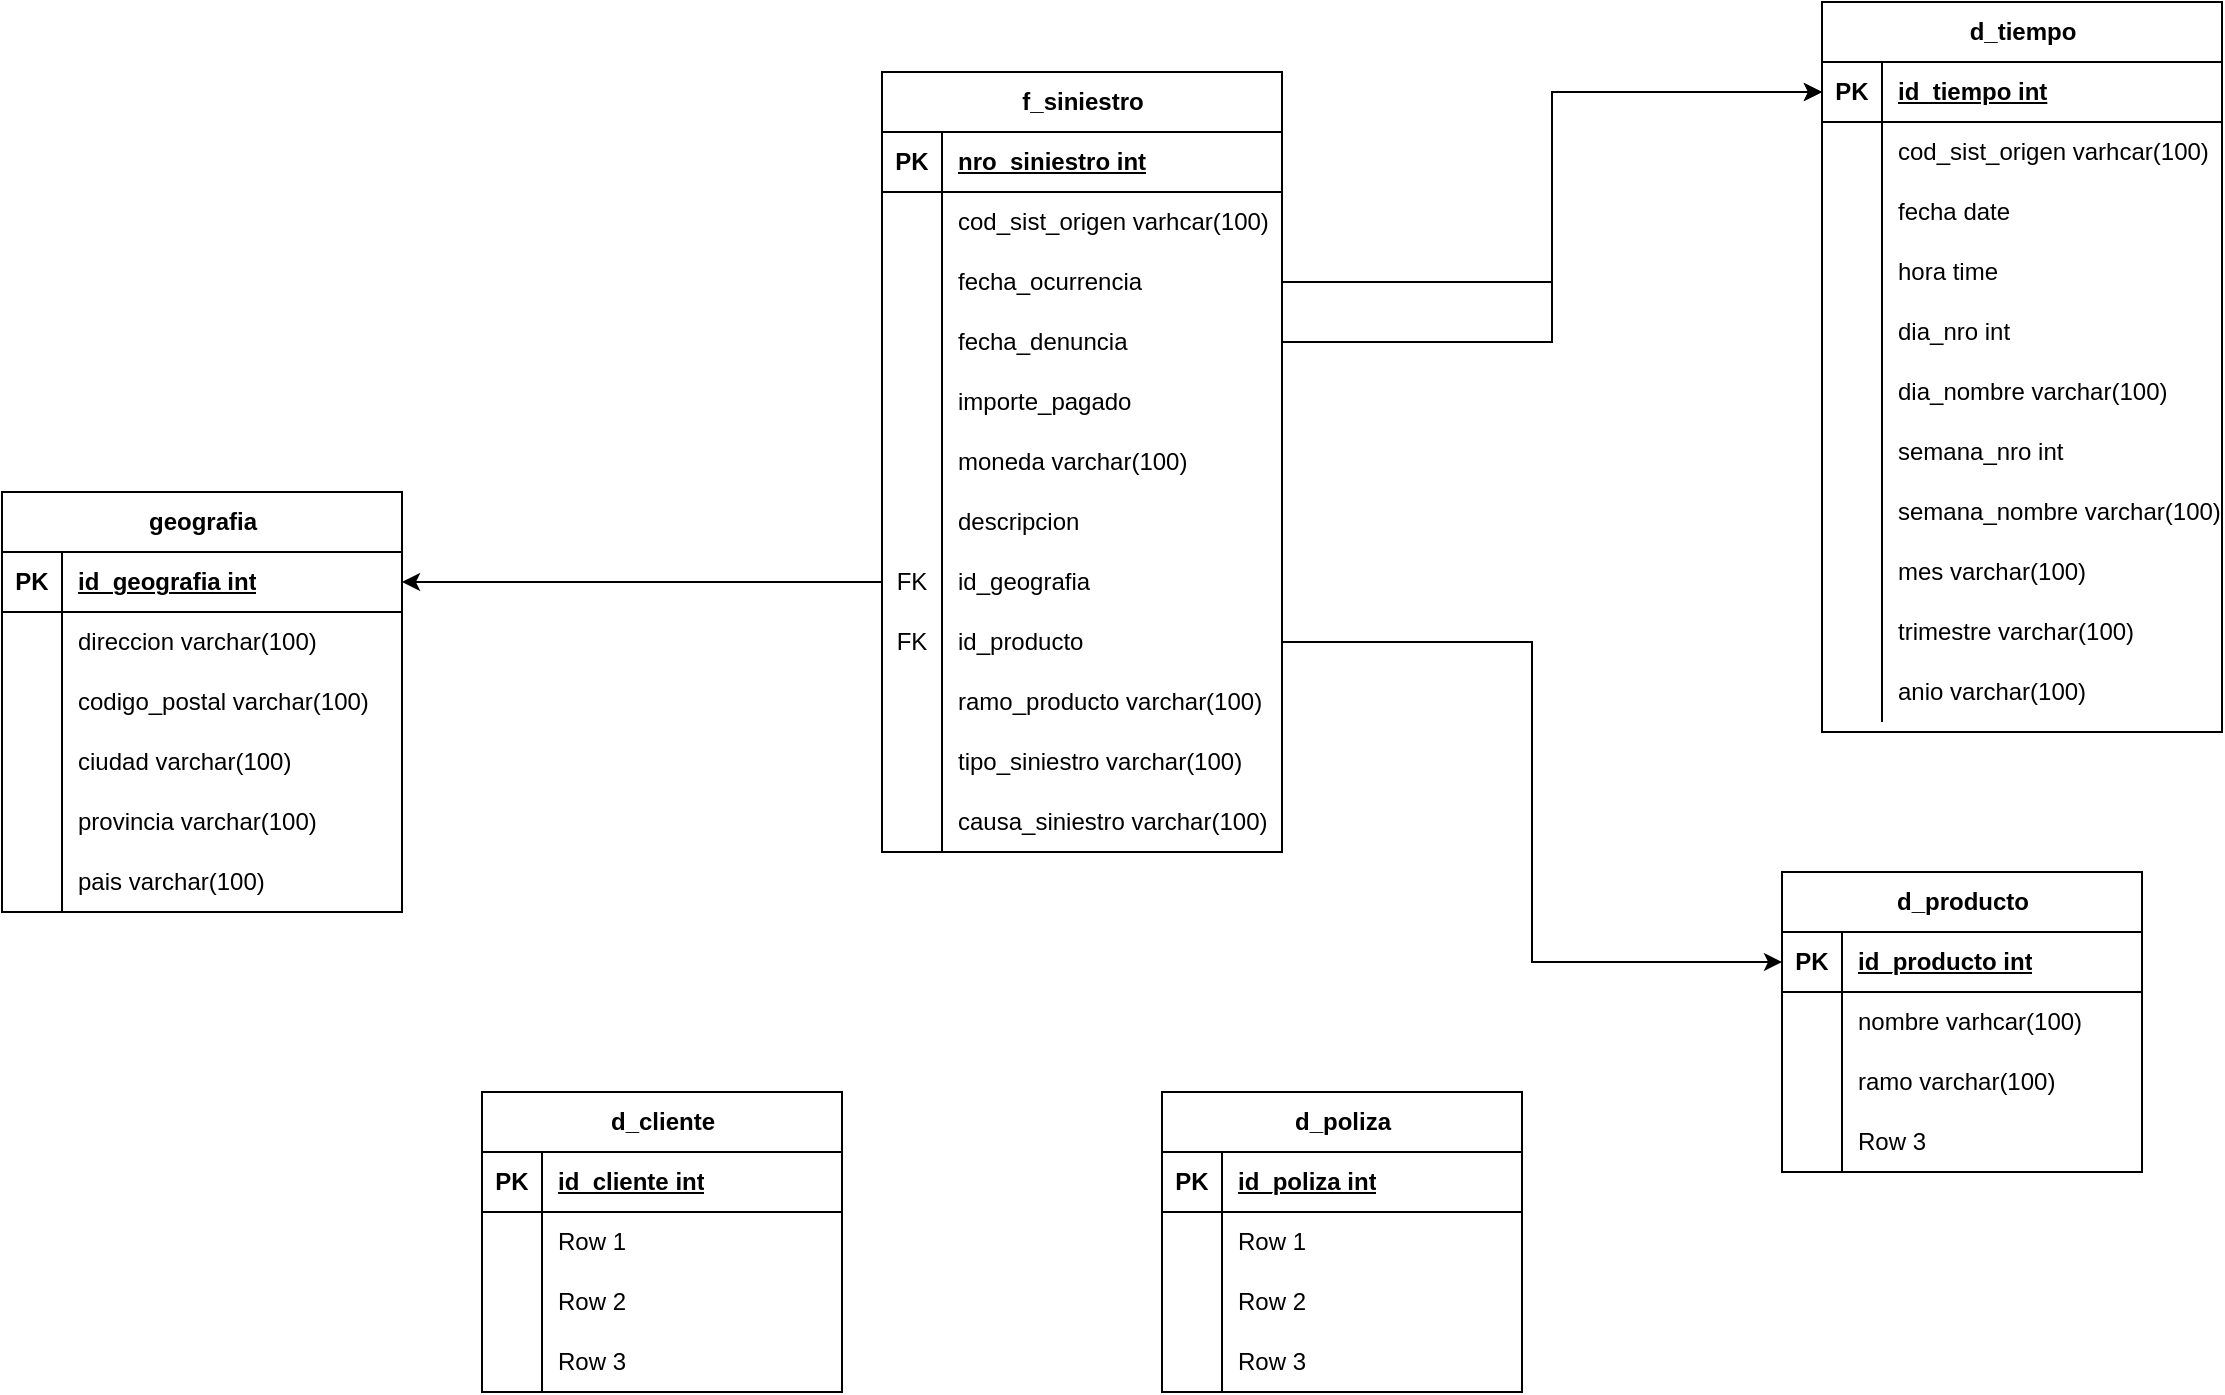
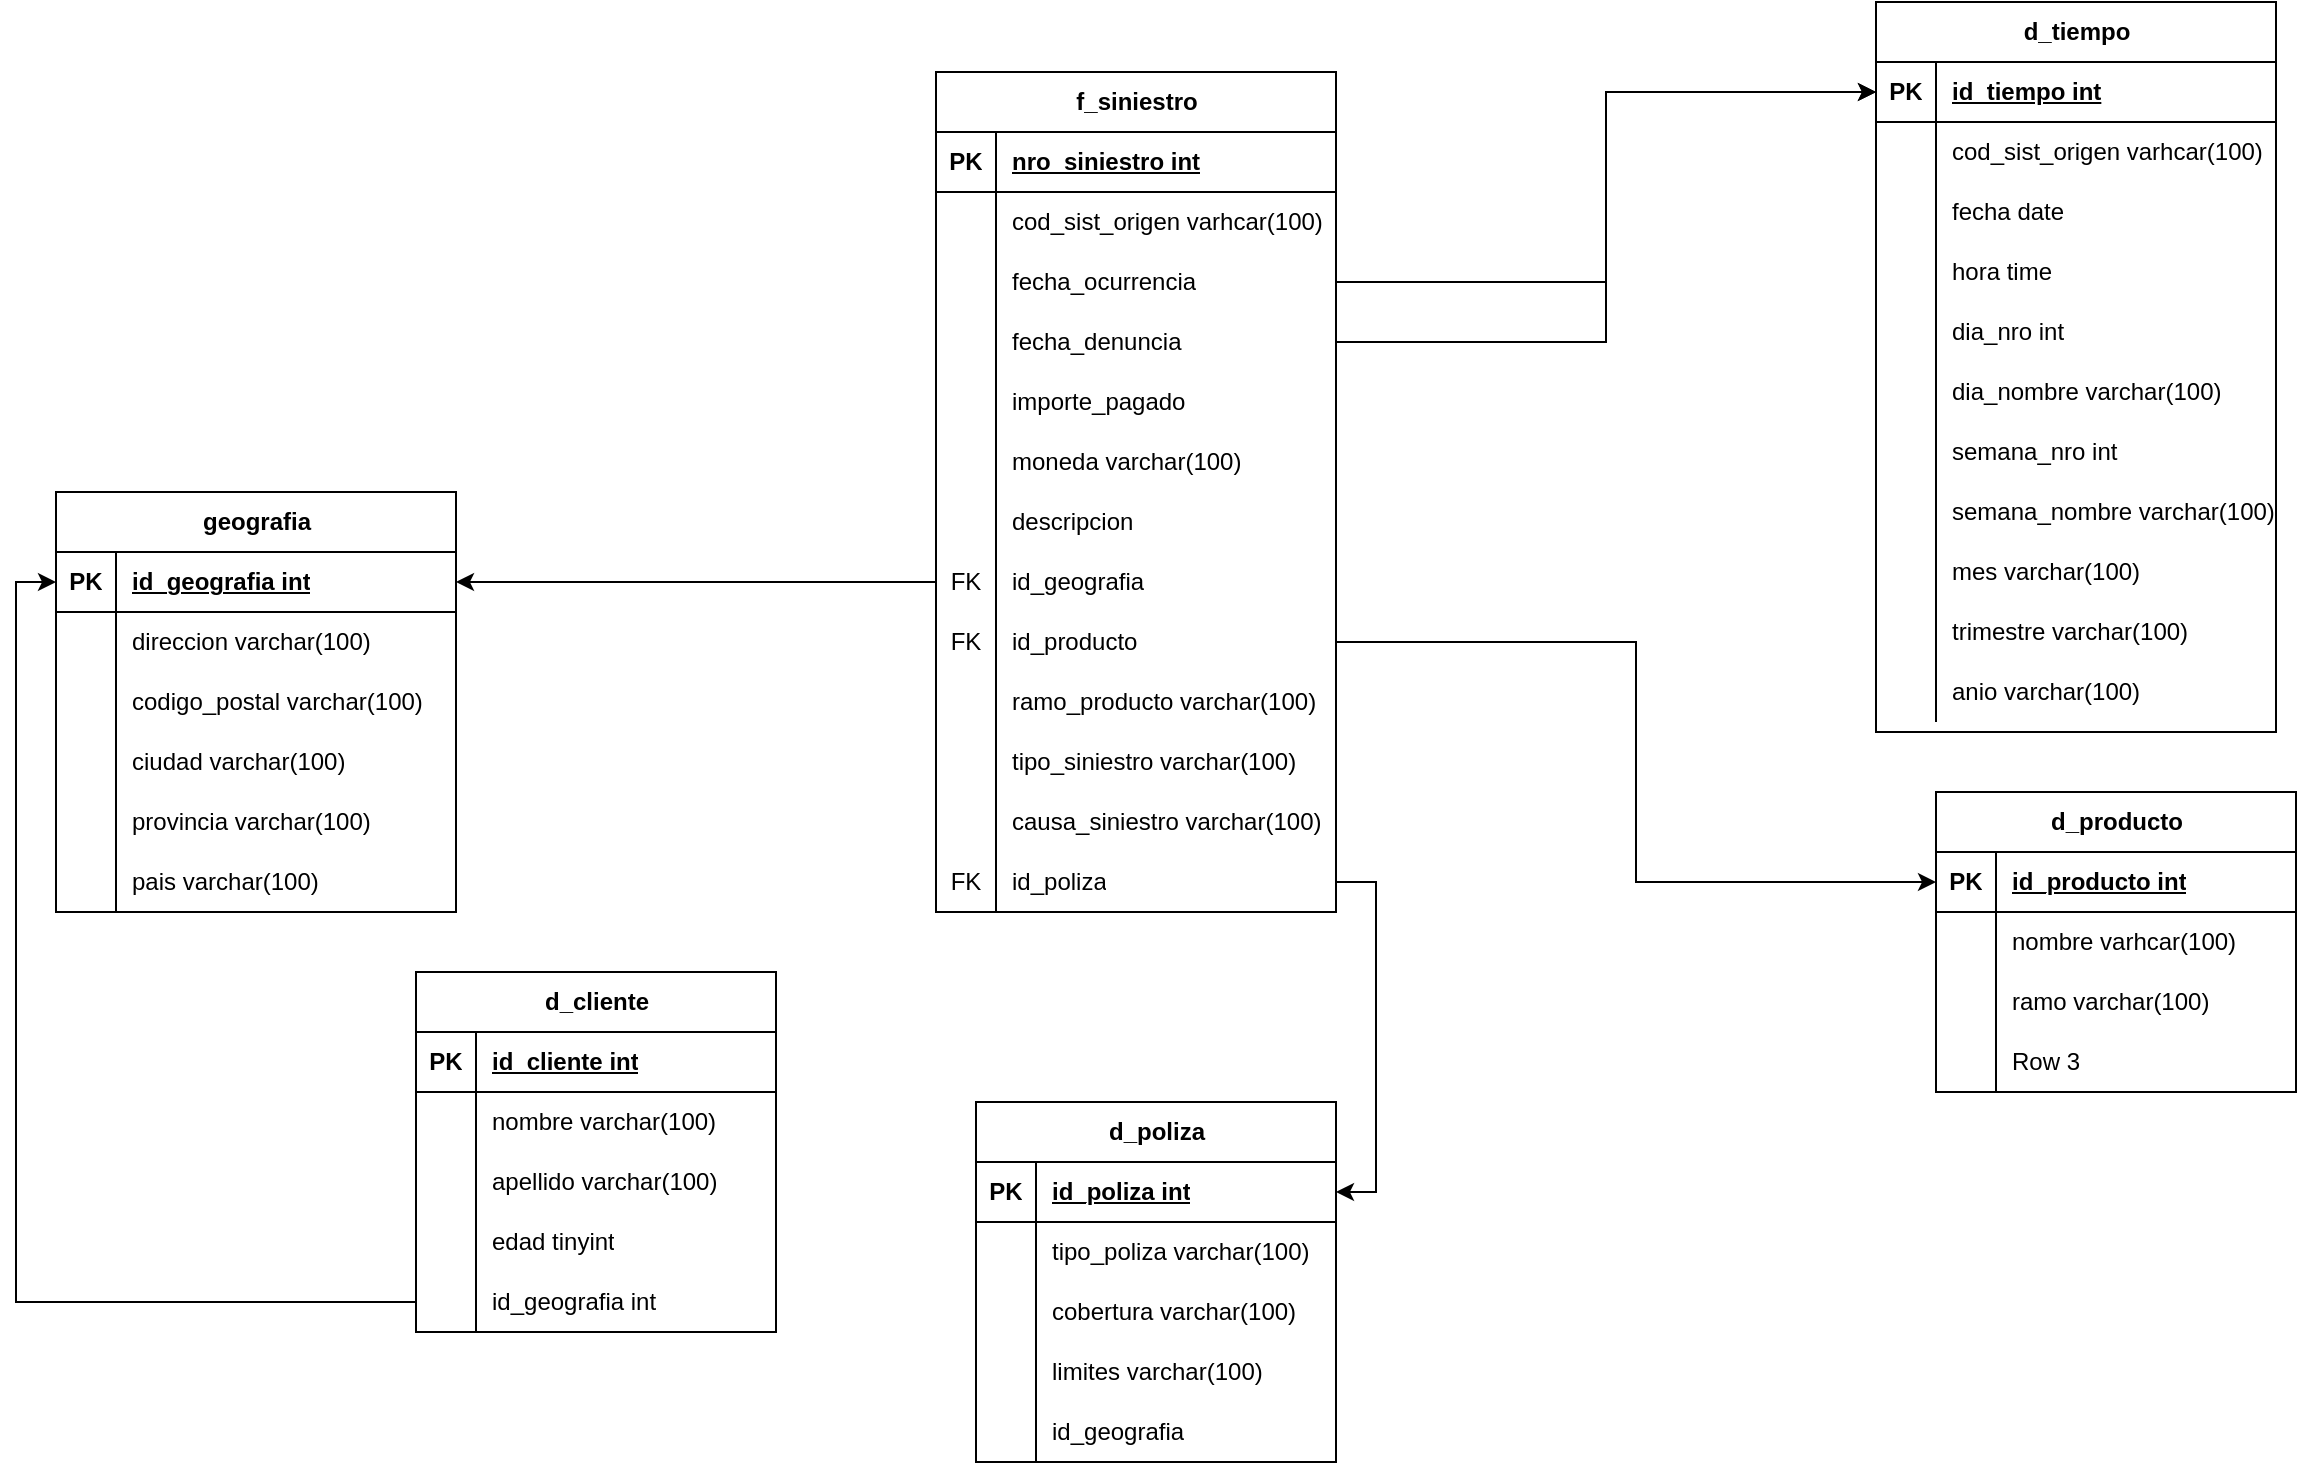
<mxfile host="app.diagrams.net">
  <diagram name="Página-1" id="RMHGfxwYO8wmrA4oJMnk">
    <mxGraphModel dx="2088" dy="1743" grid="1" gridSize="10" guides="1" tooltips="1" connect="1" arrows="1" fold="1" page="1" pageScale="1" pageWidth="827" pageHeight="1169" math="0" shadow="0">
      <root>
        <mxCell id="0" />
        <mxCell id="1" parent="0" />
        <mxCell id="yoq-58h0Y_-9HeJvy3x6-1" parent="1" style="shape=table;startSize=30;container=1;collapsible=1;childLayout=tableLayout;fixedRows=1;rowLines=0;fontStyle=1;align=center;resizeLast=1;html=1;" value="f_siniestro" vertex="1">
-           <mxGeometry height="390" width="200" x="240" y="-20" as="geometry" />
+           <mxGeometry height="420" width="200" x="240" y="-20" as="geometry" />
        </mxCell>
        <mxCell id="yoq-58h0Y_-9HeJvy3x6-2" parent="yoq-58h0Y_-9HeJvy3x6-1" style="shape=tableRow;horizontal=0;startSize=0;swimlaneHead=0;swimlaneBody=0;fillColor=none;collapsible=0;dropTarget=0;points=[[0,0.5],[1,0.5]];portConstraint=eastwest;top=0;left=0;right=0;bottom=1;" value="" vertex="1">
          <mxGeometry height="30" width="200" y="30" as="geometry" />
        </mxCell>
        <mxCell id="yoq-58h0Y_-9HeJvy3x6-3" parent="yoq-58h0Y_-9HeJvy3x6-2" style="shape=partialRectangle;connectable=0;fillColor=none;top=0;left=0;bottom=0;right=0;fontStyle=1;overflow=hidden;whiteSpace=wrap;html=1;" value="PK" vertex="1">
          <mxGeometry height="30" width="30" as="geometry">
            <mxRectangle height="30" width="30" as="alternateBounds" />
          </mxGeometry>
        </mxCell>
        <mxCell id="yoq-58h0Y_-9HeJvy3x6-4" parent="yoq-58h0Y_-9HeJvy3x6-2" style="shape=partialRectangle;connectable=0;fillColor=none;top=0;left=0;bottom=0;right=0;align=left;spacingLeft=6;fontStyle=5;overflow=hidden;whiteSpace=wrap;html=1;" value="nro_siniestro int" vertex="1">
          <mxGeometry height="30" width="170" x="30" as="geometry">
            <mxRectangle height="30" width="170" as="alternateBounds" />
          </mxGeometry>
        </mxCell>
        <mxCell id="yoq-58h0Y_-9HeJvy3x6-5" parent="yoq-58h0Y_-9HeJvy3x6-1" style="shape=tableRow;horizontal=0;startSize=0;swimlaneHead=0;swimlaneBody=0;fillColor=none;collapsible=0;dropTarget=0;points=[[0,0.5],[1,0.5]];portConstraint=eastwest;top=0;left=0;right=0;bottom=0;" value="" vertex="1">
          <mxGeometry height="30" width="200" y="60" as="geometry" />
        </mxCell>
        <mxCell id="yoq-58h0Y_-9HeJvy3x6-6" parent="yoq-58h0Y_-9HeJvy3x6-5" style="shape=partialRectangle;connectable=0;fillColor=none;top=0;left=0;bottom=0;right=0;editable=1;overflow=hidden;whiteSpace=wrap;html=1;" value="" vertex="1">
          <mxGeometry height="30" width="30" as="geometry">
            <mxRectangle height="30" width="30" as="alternateBounds" />
          </mxGeometry>
        </mxCell>
        <mxCell id="yoq-58h0Y_-9HeJvy3x6-7" parent="yoq-58h0Y_-9HeJvy3x6-5" style="shape=partialRectangle;connectable=0;fillColor=none;top=0;left=0;bottom=0;right=0;align=left;spacingLeft=6;overflow=hidden;whiteSpace=wrap;html=1;" value="cod_sist_origen varhcar(100)" vertex="1">
          <mxGeometry height="30" width="170" x="30" as="geometry">
            <mxRectangle height="30" width="170" as="alternateBounds" />
          </mxGeometry>
        </mxCell>
        <mxCell id="yoq-58h0Y_-9HeJvy3x6-79" parent="yoq-58h0Y_-9HeJvy3x6-1" style="shape=tableRow;horizontal=0;startSize=0;swimlaneHead=0;swimlaneBody=0;fillColor=none;collapsible=0;dropTarget=0;points=[[0,0.5],[1,0.5]];portConstraint=eastwest;top=0;left=0;right=0;bottom=0;" value="" vertex="1">
          <mxGeometry height="30" width="200" y="90" as="geometry" />
        </mxCell>
        <mxCell id="yoq-58h0Y_-9HeJvy3x6-80" parent="yoq-58h0Y_-9HeJvy3x6-79" style="shape=partialRectangle;connectable=0;fillColor=none;top=0;left=0;bottom=0;right=0;editable=1;overflow=hidden;whiteSpace=wrap;html=1;" value="" vertex="1">
          <mxGeometry height="30" width="30" as="geometry">
            <mxRectangle height="30" width="30" as="alternateBounds" />
          </mxGeometry>
        </mxCell>
        <mxCell id="yoq-58h0Y_-9HeJvy3x6-81" parent="yoq-58h0Y_-9HeJvy3x6-79" style="shape=partialRectangle;connectable=0;fillColor=none;top=0;left=0;bottom=0;right=0;align=left;spacingLeft=6;overflow=hidden;whiteSpace=wrap;html=1;" value="fecha_ocurrencia" vertex="1">
          <mxGeometry height="30" width="170" x="30" as="geometry">
            <mxRectangle height="30" width="170" as="alternateBounds" />
          </mxGeometry>
        </mxCell>
        <mxCell id="yoq-58h0Y_-9HeJvy3x6-82" parent="yoq-58h0Y_-9HeJvy3x6-1" style="shape=tableRow;horizontal=0;startSize=0;swimlaneHead=0;swimlaneBody=0;fillColor=none;collapsible=0;dropTarget=0;points=[[0,0.5],[1,0.5]];portConstraint=eastwest;top=0;left=0;right=0;bottom=0;" value="" vertex="1">
          <mxGeometry height="30" width="200" y="120" as="geometry" />
        </mxCell>
        <mxCell id="yoq-58h0Y_-9HeJvy3x6-83" parent="yoq-58h0Y_-9HeJvy3x6-82" style="shape=partialRectangle;connectable=0;fillColor=none;top=0;left=0;bottom=0;right=0;editable=1;overflow=hidden;whiteSpace=wrap;html=1;" value="" vertex="1">
          <mxGeometry height="30" width="30" as="geometry">
            <mxRectangle height="30" width="30" as="alternateBounds" />
          </mxGeometry>
        </mxCell>
        <mxCell id="yoq-58h0Y_-9HeJvy3x6-84" parent="yoq-58h0Y_-9HeJvy3x6-82" style="shape=partialRectangle;connectable=0;fillColor=none;top=0;left=0;bottom=0;right=0;align=left;spacingLeft=6;overflow=hidden;whiteSpace=wrap;html=1;" value="fecha_denuncia" vertex="1">
          <mxGeometry height="30" width="170" x="30" as="geometry">
            <mxRectangle height="30" width="170" as="alternateBounds" />
          </mxGeometry>
        </mxCell>
        <mxCell id="yoq-58h0Y_-9HeJvy3x6-8" parent="yoq-58h0Y_-9HeJvy3x6-1" style="shape=tableRow;horizontal=0;startSize=0;swimlaneHead=0;swimlaneBody=0;fillColor=none;collapsible=0;dropTarget=0;points=[[0,0.5],[1,0.5]];portConstraint=eastwest;top=0;left=0;right=0;bottom=0;" value="" vertex="1">
          <mxGeometry height="30" width="200" y="150" as="geometry" />
        </mxCell>
        <mxCell id="yoq-58h0Y_-9HeJvy3x6-9" parent="yoq-58h0Y_-9HeJvy3x6-8" style="shape=partialRectangle;connectable=0;fillColor=none;top=0;left=0;bottom=0;right=0;editable=1;overflow=hidden;whiteSpace=wrap;html=1;" value="" vertex="1">
          <mxGeometry height="30" width="30" as="geometry">
            <mxRectangle height="30" width="30" as="alternateBounds" />
          </mxGeometry>
        </mxCell>
        <mxCell id="yoq-58h0Y_-9HeJvy3x6-10" parent="yoq-58h0Y_-9HeJvy3x6-8" style="shape=partialRectangle;connectable=0;fillColor=none;top=0;left=0;bottom=0;right=0;align=left;spacingLeft=6;overflow=hidden;whiteSpace=wrap;html=1;" value="importe_pagado" vertex="1">
          <mxGeometry height="30" width="170" x="30" as="geometry">
            <mxRectangle height="30" width="170" as="alternateBounds" />
          </mxGeometry>
        </mxCell>
        <mxCell id="yoq-58h0Y_-9HeJvy3x6-105" parent="yoq-58h0Y_-9HeJvy3x6-1" style="shape=tableRow;horizontal=0;startSize=0;swimlaneHead=0;swimlaneBody=0;fillColor=none;collapsible=0;dropTarget=0;points=[[0,0.5],[1,0.5]];portConstraint=eastwest;top=0;left=0;right=0;bottom=0;" value="" vertex="1">
          <mxGeometry height="30" width="200" y="180" as="geometry" />
        </mxCell>
        <mxCell id="yoq-58h0Y_-9HeJvy3x6-106" parent="yoq-58h0Y_-9HeJvy3x6-105" style="shape=partialRectangle;connectable=0;fillColor=none;top=0;left=0;bottom=0;right=0;editable=1;overflow=hidden;whiteSpace=wrap;html=1;" value="&lt;span style=&quot;white-space: pre;&quot;&gt;&#x9;&lt;/span&gt;&lt;span style=&quot;white-space: pre;&quot;&gt;&#x9;&lt;/span&gt;" vertex="1">
          <mxGeometry height="30" width="30" as="geometry">
            <mxRectangle height="30" width="30" as="alternateBounds" />
          </mxGeometry>
        </mxCell>
        <mxCell id="yoq-58h0Y_-9HeJvy3x6-107" parent="yoq-58h0Y_-9HeJvy3x6-105" style="shape=partialRectangle;connectable=0;fillColor=none;top=0;left=0;bottom=0;right=0;align=left;spacingLeft=6;overflow=hidden;whiteSpace=wrap;html=1;" value="moneda varchar(100)" vertex="1">
          <mxGeometry height="30" width="170" x="30" as="geometry">
            <mxRectangle height="30" width="170" as="alternateBounds" />
          </mxGeometry>
        </mxCell>
        <mxCell id="yoq-58h0Y_-9HeJvy3x6-11" parent="yoq-58h0Y_-9HeJvy3x6-1" style="shape=tableRow;horizontal=0;startSize=0;swimlaneHead=0;swimlaneBody=0;fillColor=none;collapsible=0;dropTarget=0;points=[[0,0.5],[1,0.5]];portConstraint=eastwest;top=0;left=0;right=0;bottom=0;" value="" vertex="1">
          <mxGeometry height="30" width="200" y="210" as="geometry" />
        </mxCell>
        <mxCell id="yoq-58h0Y_-9HeJvy3x6-12" parent="yoq-58h0Y_-9HeJvy3x6-11" style="shape=partialRectangle;connectable=0;fillColor=none;top=0;left=0;bottom=0;right=0;editable=1;overflow=hidden;whiteSpace=wrap;html=1;" value="" vertex="1">
          <mxGeometry height="30" width="30" as="geometry">
            <mxRectangle height="30" width="30" as="alternateBounds" />
          </mxGeometry>
        </mxCell>
        <mxCell id="yoq-58h0Y_-9HeJvy3x6-13" parent="yoq-58h0Y_-9HeJvy3x6-11" style="shape=partialRectangle;connectable=0;fillColor=none;top=0;left=0;bottom=0;right=0;align=left;spacingLeft=6;overflow=hidden;whiteSpace=wrap;html=1;" value="descripcion" vertex="1">
          <mxGeometry height="30" width="170" x="30" as="geometry">
            <mxRectangle height="30" width="170" as="alternateBounds" />
          </mxGeometry>
        </mxCell>
        <mxCell id="yoq-58h0Y_-9HeJvy3x6-111" parent="yoq-58h0Y_-9HeJvy3x6-1" style="shape=tableRow;horizontal=0;startSize=0;swimlaneHead=0;swimlaneBody=0;fillColor=none;collapsible=0;dropTarget=0;points=[[0,0.5],[1,0.5]];portConstraint=eastwest;top=0;left=0;right=0;bottom=0;" value="" vertex="1">
          <mxGeometry height="30" width="200" y="240" as="geometry" />
        </mxCell>
        <mxCell id="yoq-58h0Y_-9HeJvy3x6-112" parent="yoq-58h0Y_-9HeJvy3x6-111" style="shape=partialRectangle;connectable=0;fillColor=none;top=0;left=0;bottom=0;right=0;editable=1;overflow=hidden;whiteSpace=wrap;html=1;" value="FK" vertex="1">
          <mxGeometry height="30" width="30" as="geometry">
            <mxRectangle height="30" width="30" as="alternateBounds" />
          </mxGeometry>
        </mxCell>
        <mxCell id="yoq-58h0Y_-9HeJvy3x6-113" parent="yoq-58h0Y_-9HeJvy3x6-111" style="shape=partialRectangle;connectable=0;fillColor=none;top=0;left=0;bottom=0;right=0;align=left;spacingLeft=6;overflow=hidden;whiteSpace=wrap;html=1;" value="id_geografia" vertex="1">
          <mxGeometry height="30" width="170" x="30" as="geometry">
            <mxRectangle height="30" width="170" as="alternateBounds" />
          </mxGeometry>
        </mxCell>
        <mxCell id="yoq-58h0Y_-9HeJvy3x6-115" parent="yoq-58h0Y_-9HeJvy3x6-1" style="shape=tableRow;horizontal=0;startSize=0;swimlaneHead=0;swimlaneBody=0;fillColor=none;collapsible=0;dropTarget=0;points=[[0,0.5],[1,0.5]];portConstraint=eastwest;top=0;left=0;right=0;bottom=0;" value="" vertex="1">
          <mxGeometry height="30" width="200" y="270" as="geometry" />
        </mxCell>
        <mxCell id="yoq-58h0Y_-9HeJvy3x6-116" parent="yoq-58h0Y_-9HeJvy3x6-115" style="shape=partialRectangle;connectable=0;fillColor=none;top=0;left=0;bottom=0;right=0;editable=1;overflow=hidden;whiteSpace=wrap;html=1;" value="FK" vertex="1">
          <mxGeometry height="30" width="30" as="geometry">
            <mxRectangle height="30" width="30" as="alternateBounds" />
          </mxGeometry>
        </mxCell>
        <mxCell id="yoq-58h0Y_-9HeJvy3x6-117" parent="yoq-58h0Y_-9HeJvy3x6-115" style="shape=partialRectangle;connectable=0;fillColor=none;top=0;left=0;bottom=0;right=0;align=left;spacingLeft=6;overflow=hidden;whiteSpace=wrap;html=1;" value="id_producto" vertex="1">
          <mxGeometry height="30" width="170" x="30" as="geometry">
            <mxRectangle height="30" width="170" as="alternateBounds" />
          </mxGeometry>
        </mxCell>
        <mxCell id="yoq-58h0Y_-9HeJvy3x6-119" parent="yoq-58h0Y_-9HeJvy3x6-1" style="shape=tableRow;horizontal=0;startSize=0;swimlaneHead=0;swimlaneBody=0;fillColor=none;collapsible=0;dropTarget=0;points=[[0,0.5],[1,0.5]];portConstraint=eastwest;top=0;left=0;right=0;bottom=0;" value="" vertex="1">
          <mxGeometry height="30" width="200" y="300" as="geometry" />
        </mxCell>
        <mxCell id="yoq-58h0Y_-9HeJvy3x6-120" parent="yoq-58h0Y_-9HeJvy3x6-119" style="shape=partialRectangle;connectable=0;fillColor=none;top=0;left=0;bottom=0;right=0;editable=1;overflow=hidden;whiteSpace=wrap;html=1;" value="" vertex="1">
          <mxGeometry height="30" width="30" as="geometry">
            <mxRectangle height="30" width="30" as="alternateBounds" />
          </mxGeometry>
        </mxCell>
        <mxCell id="yoq-58h0Y_-9HeJvy3x6-121" parent="yoq-58h0Y_-9HeJvy3x6-119" style="shape=partialRectangle;connectable=0;fillColor=none;top=0;left=0;bottom=0;right=0;align=left;spacingLeft=6;overflow=hidden;whiteSpace=wrap;html=1;" value="ramo_producto varchar(100)" vertex="1">
          <mxGeometry height="30" width="170" x="30" as="geometry">
            <mxRectangle height="30" width="170" as="alternateBounds" />
          </mxGeometry>
        </mxCell>
        <mxCell id="yoq-58h0Y_-9HeJvy3x6-125" parent="yoq-58h0Y_-9HeJvy3x6-1" style="shape=tableRow;horizontal=0;startSize=0;swimlaneHead=0;swimlaneBody=0;fillColor=none;collapsible=0;dropTarget=0;points=[[0,0.5],[1,0.5]];portConstraint=eastwest;top=0;left=0;right=0;bottom=0;" value="" vertex="1">
          <mxGeometry height="30" width="200" y="330" as="geometry" />
        </mxCell>
        <mxCell id="yoq-58h0Y_-9HeJvy3x6-126" parent="yoq-58h0Y_-9HeJvy3x6-125" style="shape=partialRectangle;connectable=0;fillColor=none;top=0;left=0;bottom=0;right=0;editable=1;overflow=hidden;whiteSpace=wrap;html=1;" value="" vertex="1">
          <mxGeometry height="30" width="30" as="geometry">
            <mxRectangle height="30" width="30" as="alternateBounds" />
          </mxGeometry>
        </mxCell>
        <mxCell id="yoq-58h0Y_-9HeJvy3x6-127" parent="yoq-58h0Y_-9HeJvy3x6-125" style="shape=partialRectangle;connectable=0;fillColor=none;top=0;left=0;bottom=0;right=0;align=left;spacingLeft=6;overflow=hidden;whiteSpace=wrap;html=1;" value="tipo_&lt;span style=&quot;background-color: transparent; color: light-dark(rgb(0, 0, 0), rgb(255, 255, 255));&quot;&gt;siniestro varchar(100)&lt;/span&gt;" vertex="1">
          <mxGeometry height="30" width="170" x="30" as="geometry">
            <mxRectangle height="30" width="170" as="alternateBounds" />
          </mxGeometry>
        </mxCell>
        <mxCell id="yoq-58h0Y_-9HeJvy3x6-128" parent="yoq-58h0Y_-9HeJvy3x6-1" style="shape=tableRow;horizontal=0;startSize=0;swimlaneHead=0;swimlaneBody=0;fillColor=none;collapsible=0;dropTarget=0;points=[[0,0.5],[1,0.5]];portConstraint=eastwest;top=0;left=0;right=0;bottom=0;" value="" vertex="1">
          <mxGeometry height="30" width="200" y="360" as="geometry" />
        </mxCell>
        <mxCell id="yoq-58h0Y_-9HeJvy3x6-129" parent="yoq-58h0Y_-9HeJvy3x6-128" style="shape=partialRectangle;connectable=0;fillColor=none;top=0;left=0;bottom=0;right=0;editable=1;overflow=hidden;whiteSpace=wrap;html=1;" value="" vertex="1">
          <mxGeometry height="30" width="30" as="geometry">
            <mxRectangle height="30" width="30" as="alternateBounds" />
          </mxGeometry>
        </mxCell>
        <mxCell id="yoq-58h0Y_-9HeJvy3x6-130" parent="yoq-58h0Y_-9HeJvy3x6-128" style="shape=partialRectangle;connectable=0;fillColor=none;top=0;left=0;bottom=0;right=0;align=left;spacingLeft=6;overflow=hidden;whiteSpace=wrap;html=1;" value="causa_siniestro varchar(100)" vertex="1">
          <mxGeometry height="30" width="170" x="30" as="geometry">
            <mxRectangle height="30" width="170" as="alternateBounds" />
          </mxGeometry>
        </mxCell>
+         <mxCell id="yoq-58h0Y_-9HeJvy3x6-141" parent="yoq-58h0Y_-9HeJvy3x6-1" style="shape=tableRow;horizontal=0;startSize=0;swimlaneHead=0;swimlaneBody=0;fillColor=none;collapsible=0;dropTarget=0;points=[[0,0.5],[1,0.5]];portConstraint=eastwest;top=0;left=0;right=0;bottom=0;" value="" vertex="1">
+           <mxGeometry height="30" width="200" y="390" as="geometry" />
+         </mxCell>
+         <mxCell id="yoq-58h0Y_-9HeJvy3x6-142" parent="yoq-58h0Y_-9HeJvy3x6-141" style="shape=partialRectangle;connectable=0;fillColor=none;top=0;left=0;bottom=0;right=0;editable=1;overflow=hidden;whiteSpace=wrap;html=1;" value="FK" vertex="1">
+           <mxGeometry height="30" width="30" as="geometry">
+             <mxRectangle height="30" width="30" as="alternateBounds" />
+           </mxGeometry>
+         </mxCell>
+         <mxCell id="yoq-58h0Y_-9HeJvy3x6-143" parent="yoq-58h0Y_-9HeJvy3x6-141" style="shape=partialRectangle;connectable=0;fillColor=none;top=0;left=0;bottom=0;right=0;align=left;spacingLeft=6;overflow=hidden;whiteSpace=wrap;html=1;" value="id_poliza" vertex="1">
+           <mxGeometry height="30" width="170" x="30" as="geometry">
+             <mxRectangle height="30" width="170" as="alternateBounds" />
+           </mxGeometry>
+         </mxCell>
        <mxCell id="yoq-58h0Y_-9HeJvy3x6-14" parent="1" style="shape=table;startSize=30;container=1;collapsible=1;childLayout=tableLayout;fixedRows=1;rowLines=0;fontStyle=1;align=center;resizeLast=1;html=1;" value="d_tiempo" vertex="1">
          <mxGeometry height="365" width="200" x="710" y="-55" as="geometry" />
        </mxCell>
        <mxCell id="yoq-58h0Y_-9HeJvy3x6-15" parent="yoq-58h0Y_-9HeJvy3x6-14" style="shape=tableRow;horizontal=0;startSize=0;swimlaneHead=0;swimlaneBody=0;fillColor=none;collapsible=0;dropTarget=0;points=[[0,0.5],[1,0.5]];portConstraint=eastwest;top=0;left=0;right=0;bottom=1;" value="" vertex="1">
          <mxGeometry height="30" width="200" y="30" as="geometry" />
        </mxCell>
        <mxCell id="yoq-58h0Y_-9HeJvy3x6-16" parent="yoq-58h0Y_-9HeJvy3x6-15" style="shape=partialRectangle;connectable=0;fillColor=none;top=0;left=0;bottom=0;right=0;fontStyle=1;overflow=hidden;whiteSpace=wrap;html=1;" value="PK" vertex="1">
          <mxGeometry height="30" width="30" as="geometry">
            <mxRectangle height="30" width="30" as="alternateBounds" />
          </mxGeometry>
        </mxCell>
        <mxCell id="yoq-58h0Y_-9HeJvy3x6-17" parent="yoq-58h0Y_-9HeJvy3x6-15" style="shape=partialRectangle;connectable=0;fillColor=none;top=0;left=0;bottom=0;right=0;align=left;spacingLeft=6;fontStyle=5;overflow=hidden;whiteSpace=wrap;html=1;" value="id_tiempo int" vertex="1">
          <mxGeometry height="30" width="170" x="30" as="geometry">
            <mxRectangle height="30" width="170" as="alternateBounds" />
          </mxGeometry>
        </mxCell>
        <mxCell id="yoq-58h0Y_-9HeJvy3x6-18" parent="yoq-58h0Y_-9HeJvy3x6-14" style="shape=tableRow;horizontal=0;startSize=0;swimlaneHead=0;swimlaneBody=0;fillColor=none;collapsible=0;dropTarget=0;points=[[0,0.5],[1,0.5]];portConstraint=eastwest;top=0;left=0;right=0;bottom=0;" value="" vertex="1">
          <mxGeometry height="30" width="200" y="60" as="geometry" />
        </mxCell>
        <mxCell id="yoq-58h0Y_-9HeJvy3x6-19" parent="yoq-58h0Y_-9HeJvy3x6-18" style="shape=partialRectangle;connectable=0;fillColor=none;top=0;left=0;bottom=0;right=0;editable=1;overflow=hidden;whiteSpace=wrap;html=1;" value="" vertex="1">
          <mxGeometry height="30" width="30" as="geometry">
            <mxRectangle height="30" width="30" as="alternateBounds" />
          </mxGeometry>
        </mxCell>
        <mxCell id="yoq-58h0Y_-9HeJvy3x6-20" parent="yoq-58h0Y_-9HeJvy3x6-18" style="shape=partialRectangle;connectable=0;fillColor=none;top=0;left=0;bottom=0;right=0;align=left;spacingLeft=6;overflow=hidden;whiteSpace=wrap;html=1;" value="cod_sist_origen varhcar(100)" vertex="1">
          <mxGeometry height="30" width="170" x="30" as="geometry">
            <mxRectangle height="30" width="170" as="alternateBounds" />
          </mxGeometry>
        </mxCell>
        <mxCell id="yoq-58h0Y_-9HeJvy3x6-21" parent="yoq-58h0Y_-9HeJvy3x6-14" style="shape=tableRow;horizontal=0;startSize=0;swimlaneHead=0;swimlaneBody=0;fillColor=none;collapsible=0;dropTarget=0;points=[[0,0.5],[1,0.5]];portConstraint=eastwest;top=0;left=0;right=0;bottom=0;" value="" vertex="1">
          <mxGeometry height="30" width="200" y="90" as="geometry" />
        </mxCell>
        <mxCell id="yoq-58h0Y_-9HeJvy3x6-22" parent="yoq-58h0Y_-9HeJvy3x6-21" style="shape=partialRectangle;connectable=0;fillColor=none;top=0;left=0;bottom=0;right=0;editable=1;overflow=hidden;whiteSpace=wrap;html=1;" value="" vertex="1">
          <mxGeometry height="30" width="30" as="geometry">
            <mxRectangle height="30" width="30" as="alternateBounds" />
          </mxGeometry>
        </mxCell>
        <mxCell id="yoq-58h0Y_-9HeJvy3x6-23" parent="yoq-58h0Y_-9HeJvy3x6-21" style="shape=partialRectangle;connectable=0;fillColor=none;top=0;left=0;bottom=0;right=0;align=left;spacingLeft=6;overflow=hidden;whiteSpace=wrap;html=1;" value="fecha date" vertex="1">
          <mxGeometry height="30" width="170" x="30" as="geometry">
            <mxRectangle height="30" width="170" as="alternateBounds" />
          </mxGeometry>
        </mxCell>
        <mxCell id="yoq-58h0Y_-9HeJvy3x6-24" parent="yoq-58h0Y_-9HeJvy3x6-14" style="shape=tableRow;horizontal=0;startSize=0;swimlaneHead=0;swimlaneBody=0;fillColor=none;collapsible=0;dropTarget=0;points=[[0,0.5],[1,0.5]];portConstraint=eastwest;top=0;left=0;right=0;bottom=0;" value="" vertex="1">
          <mxGeometry height="30" width="200" y="120" as="geometry" />
        </mxCell>
        <mxCell id="yoq-58h0Y_-9HeJvy3x6-25" parent="yoq-58h0Y_-9HeJvy3x6-24" style="shape=partialRectangle;connectable=0;fillColor=none;top=0;left=0;bottom=0;right=0;editable=1;overflow=hidden;whiteSpace=wrap;html=1;" value="" vertex="1">
          <mxGeometry height="30" width="30" as="geometry">
            <mxRectangle height="30" width="30" as="alternateBounds" />
          </mxGeometry>
        </mxCell>
        <mxCell id="yoq-58h0Y_-9HeJvy3x6-26" parent="yoq-58h0Y_-9HeJvy3x6-24" style="shape=partialRectangle;connectable=0;fillColor=none;top=0;left=0;bottom=0;right=0;align=left;spacingLeft=6;overflow=hidden;whiteSpace=wrap;html=1;" value="hora time" vertex="1">
          <mxGeometry height="30" width="170" x="30" as="geometry">
            <mxRectangle height="30" width="170" as="alternateBounds" />
          </mxGeometry>
        </mxCell>
        <mxCell id="yoq-58h0Y_-9HeJvy3x6-87" parent="yoq-58h0Y_-9HeJvy3x6-14" style="shape=tableRow;horizontal=0;startSize=0;swimlaneHead=0;swimlaneBody=0;fillColor=none;collapsible=0;dropTarget=0;points=[[0,0.5],[1,0.5]];portConstraint=eastwest;top=0;left=0;right=0;bottom=0;" value="" vertex="1">
          <mxGeometry height="30" width="200" y="150" as="geometry" />
        </mxCell>
        <mxCell id="yoq-58h0Y_-9HeJvy3x6-88" parent="yoq-58h0Y_-9HeJvy3x6-87" style="shape=partialRectangle;connectable=0;fillColor=none;top=0;left=0;bottom=0;right=0;editable=1;overflow=hidden;whiteSpace=wrap;html=1;" value="" vertex="1">
          <mxGeometry height="30" width="30" as="geometry">
            <mxRectangle height="30" width="30" as="alternateBounds" />
          </mxGeometry>
        </mxCell>
        <mxCell id="yoq-58h0Y_-9HeJvy3x6-89" parent="yoq-58h0Y_-9HeJvy3x6-87" style="shape=partialRectangle;connectable=0;fillColor=none;top=0;left=0;bottom=0;right=0;align=left;spacingLeft=6;overflow=hidden;whiteSpace=wrap;html=1;" value="dia_nro int" vertex="1">
          <mxGeometry height="30" width="170" x="30" as="geometry">
            <mxRectangle height="30" width="170" as="alternateBounds" />
          </mxGeometry>
        </mxCell>
        <mxCell id="yoq-58h0Y_-9HeJvy3x6-90" parent="yoq-58h0Y_-9HeJvy3x6-14" style="shape=tableRow;horizontal=0;startSize=0;swimlaneHead=0;swimlaneBody=0;fillColor=none;collapsible=0;dropTarget=0;points=[[0,0.5],[1,0.5]];portConstraint=eastwest;top=0;left=0;right=0;bottom=0;" value="" vertex="1">
          <mxGeometry height="30" width="200" y="180" as="geometry" />
        </mxCell>
        <mxCell id="yoq-58h0Y_-9HeJvy3x6-91" parent="yoq-58h0Y_-9HeJvy3x6-90" style="shape=partialRectangle;connectable=0;fillColor=none;top=0;left=0;bottom=0;right=0;editable=1;overflow=hidden;whiteSpace=wrap;html=1;" value="" vertex="1">
          <mxGeometry height="30" width="30" as="geometry">
            <mxRectangle height="30" width="30" as="alternateBounds" />
          </mxGeometry>
        </mxCell>
        <mxCell id="yoq-58h0Y_-9HeJvy3x6-92" parent="yoq-58h0Y_-9HeJvy3x6-90" style="shape=partialRectangle;connectable=0;fillColor=none;top=0;left=0;bottom=0;right=0;align=left;spacingLeft=6;overflow=hidden;whiteSpace=wrap;html=1;" value="dia_nombre varchar(100)" vertex="1">
          <mxGeometry height="30" width="170" x="30" as="geometry">
            <mxRectangle height="30" width="170" as="alternateBounds" />
          </mxGeometry>
        </mxCell>
        <mxCell id="yoq-58h0Y_-9HeJvy3x6-131" parent="yoq-58h0Y_-9HeJvy3x6-14" style="shape=tableRow;horizontal=0;startSize=0;swimlaneHead=0;swimlaneBody=0;fillColor=none;collapsible=0;dropTarget=0;points=[[0,0.5],[1,0.5]];portConstraint=eastwest;top=0;left=0;right=0;bottom=0;" value="" vertex="1">
          <mxGeometry height="30" width="200" y="210" as="geometry" />
        </mxCell>
        <mxCell id="yoq-58h0Y_-9HeJvy3x6-132" parent="yoq-58h0Y_-9HeJvy3x6-131" style="shape=partialRectangle;connectable=0;fillColor=none;top=0;left=0;bottom=0;right=0;editable=1;overflow=hidden;whiteSpace=wrap;html=1;" value="" vertex="1">
          <mxGeometry height="30" width="30" as="geometry">
            <mxRectangle height="30" width="30" as="alternateBounds" />
          </mxGeometry>
        </mxCell>
        <mxCell id="yoq-58h0Y_-9HeJvy3x6-133" parent="yoq-58h0Y_-9HeJvy3x6-131" style="shape=partialRectangle;connectable=0;fillColor=none;top=0;left=0;bottom=0;right=0;align=left;spacingLeft=6;overflow=hidden;whiteSpace=wrap;html=1;" value="semana_nro int" vertex="1">
          <mxGeometry height="30" width="170" x="30" as="geometry">
            <mxRectangle height="30" width="170" as="alternateBounds" />
          </mxGeometry>
        </mxCell>
        <mxCell id="yoq-58h0Y_-9HeJvy3x6-93" parent="yoq-58h0Y_-9HeJvy3x6-14" style="shape=tableRow;horizontal=0;startSize=0;swimlaneHead=0;swimlaneBody=0;fillColor=none;collapsible=0;dropTarget=0;points=[[0,0.5],[1,0.5]];portConstraint=eastwest;top=0;left=0;right=0;bottom=0;" value="" vertex="1">
          <mxGeometry height="30" width="200" y="240" as="geometry" />
        </mxCell>
        <mxCell id="yoq-58h0Y_-9HeJvy3x6-94" parent="yoq-58h0Y_-9HeJvy3x6-93" style="shape=partialRectangle;connectable=0;fillColor=none;top=0;left=0;bottom=0;right=0;editable=1;overflow=hidden;whiteSpace=wrap;html=1;" value="" vertex="1">
          <mxGeometry height="30" width="30" as="geometry">
            <mxRectangle height="30" width="30" as="alternateBounds" />
          </mxGeometry>
        </mxCell>
        <mxCell id="yoq-58h0Y_-9HeJvy3x6-95" parent="yoq-58h0Y_-9HeJvy3x6-93" style="shape=partialRectangle;connectable=0;fillColor=none;top=0;left=0;bottom=0;right=0;align=left;spacingLeft=6;overflow=hidden;whiteSpace=wrap;html=1;" value="semana_nombre varchar(100)" vertex="1">
          <mxGeometry height="30" width="170" x="30" as="geometry">
            <mxRectangle height="30" width="170" as="alternateBounds" />
          </mxGeometry>
        </mxCell>
        <mxCell id="yoq-58h0Y_-9HeJvy3x6-96" parent="yoq-58h0Y_-9HeJvy3x6-14" style="shape=tableRow;horizontal=0;startSize=0;swimlaneHead=0;swimlaneBody=0;fillColor=none;collapsible=0;dropTarget=0;points=[[0,0.5],[1,0.5]];portConstraint=eastwest;top=0;left=0;right=0;bottom=0;" value="" vertex="1">
          <mxGeometry height="30" width="200" y="270" as="geometry" />
        </mxCell>
        <mxCell id="yoq-58h0Y_-9HeJvy3x6-97" parent="yoq-58h0Y_-9HeJvy3x6-96" style="shape=partialRectangle;connectable=0;fillColor=none;top=0;left=0;bottom=0;right=0;editable=1;overflow=hidden;whiteSpace=wrap;html=1;" value="" vertex="1">
          <mxGeometry height="30" width="30" as="geometry">
            <mxRectangle height="30" width="30" as="alternateBounds" />
          </mxGeometry>
        </mxCell>
        <mxCell id="yoq-58h0Y_-9HeJvy3x6-98" parent="yoq-58h0Y_-9HeJvy3x6-96" style="shape=partialRectangle;connectable=0;fillColor=none;top=0;left=0;bottom=0;right=0;align=left;spacingLeft=6;overflow=hidden;whiteSpace=wrap;html=1;" value="mes varchar(100)" vertex="1">
          <mxGeometry height="30" width="170" x="30" as="geometry">
            <mxRectangle height="30" width="170" as="alternateBounds" />
          </mxGeometry>
        </mxCell>
        <mxCell id="yoq-58h0Y_-9HeJvy3x6-102" parent="yoq-58h0Y_-9HeJvy3x6-14" style="shape=tableRow;horizontal=0;startSize=0;swimlaneHead=0;swimlaneBody=0;fillColor=none;collapsible=0;dropTarget=0;points=[[0,0.5],[1,0.5]];portConstraint=eastwest;top=0;left=0;right=0;bottom=0;" value="" vertex="1">
          <mxGeometry height="30" width="200" y="300" as="geometry" />
        </mxCell>
        <mxCell id="yoq-58h0Y_-9HeJvy3x6-103" parent="yoq-58h0Y_-9HeJvy3x6-102" style="shape=partialRectangle;connectable=0;fillColor=none;top=0;left=0;bottom=0;right=0;editable=1;overflow=hidden;whiteSpace=wrap;html=1;" value="" vertex="1">
          <mxGeometry height="30" width="30" as="geometry">
            <mxRectangle height="30" width="30" as="alternateBounds" />
          </mxGeometry>
        </mxCell>
        <mxCell id="yoq-58h0Y_-9HeJvy3x6-104" parent="yoq-58h0Y_-9HeJvy3x6-102" style="shape=partialRectangle;connectable=0;fillColor=none;top=0;left=0;bottom=0;right=0;align=left;spacingLeft=6;overflow=hidden;whiteSpace=wrap;html=1;" value="trimestre varchar(100)" vertex="1">
          <mxGeometry height="30" width="170" x="30" as="geometry">
            <mxRectangle height="30" width="170" as="alternateBounds" />
          </mxGeometry>
        </mxCell>
        <mxCell id="yoq-58h0Y_-9HeJvy3x6-99" parent="yoq-58h0Y_-9HeJvy3x6-14" style="shape=tableRow;horizontal=0;startSize=0;swimlaneHead=0;swimlaneBody=0;fillColor=none;collapsible=0;dropTarget=0;points=[[0,0.5],[1,0.5]];portConstraint=eastwest;top=0;left=0;right=0;bottom=0;" value="" vertex="1">
          <mxGeometry height="30" width="200" y="330" as="geometry" />
        </mxCell>
        <mxCell id="yoq-58h0Y_-9HeJvy3x6-100" parent="yoq-58h0Y_-9HeJvy3x6-99" style="shape=partialRectangle;connectable=0;fillColor=none;top=0;left=0;bottom=0;right=0;editable=1;overflow=hidden;whiteSpace=wrap;html=1;" value="" vertex="1">
          <mxGeometry height="30" width="30" as="geometry">
            <mxRectangle height="30" width="30" as="alternateBounds" />
          </mxGeometry>
        </mxCell>
        <mxCell id="yoq-58h0Y_-9HeJvy3x6-101" parent="yoq-58h0Y_-9HeJvy3x6-99" style="shape=partialRectangle;connectable=0;fillColor=none;top=0;left=0;bottom=0;right=0;align=left;spacingLeft=6;overflow=hidden;whiteSpace=wrap;html=1;" value="anio varchar(100)" vertex="1">
          <mxGeometry height="30" width="170" x="30" as="geometry">
            <mxRectangle height="30" width="170" as="alternateBounds" />
          </mxGeometry>
        </mxCell>
        <mxCell id="yoq-58h0Y_-9HeJvy3x6-27" parent="1" style="shape=table;startSize=30;container=1;collapsible=1;childLayout=tableLayout;fixedRows=1;rowLines=0;fontStyle=1;align=center;resizeLast=1;html=1;" value="d_producto" vertex="1">
-           <mxGeometry height="150" width="180" x="690" y="380" as="geometry" />
+           <mxGeometry height="150" width="180" x="740" y="340" as="geometry" />
        </mxCell>
        <mxCell id="yoq-58h0Y_-9HeJvy3x6-28" parent="yoq-58h0Y_-9HeJvy3x6-27" style="shape=tableRow;horizontal=0;startSize=0;swimlaneHead=0;swimlaneBody=0;fillColor=none;collapsible=0;dropTarget=0;points=[[0,0.5],[1,0.5]];portConstraint=eastwest;top=0;left=0;right=0;bottom=1;" value="" vertex="1">
          <mxGeometry height="30" width="180" y="30" as="geometry" />
        </mxCell>
        <mxCell id="yoq-58h0Y_-9HeJvy3x6-29" parent="yoq-58h0Y_-9HeJvy3x6-28" style="shape=partialRectangle;connectable=0;fillColor=none;top=0;left=0;bottom=0;right=0;fontStyle=1;overflow=hidden;whiteSpace=wrap;html=1;" value="PK" vertex="1">
          <mxGeometry height="30" width="30" as="geometry">
            <mxRectangle height="30" width="30" as="alternateBounds" />
          </mxGeometry>
        </mxCell>
        <mxCell id="yoq-58h0Y_-9HeJvy3x6-30" parent="yoq-58h0Y_-9HeJvy3x6-28" style="shape=partialRectangle;connectable=0;fillColor=none;top=0;left=0;bottom=0;right=0;align=left;spacingLeft=6;fontStyle=5;overflow=hidden;whiteSpace=wrap;html=1;" value="id_producto int" vertex="1">
          <mxGeometry height="30" width="150" x="30" as="geometry">
            <mxRectangle height="30" width="150" as="alternateBounds" />
          </mxGeometry>
        </mxCell>
        <mxCell id="yoq-58h0Y_-9HeJvy3x6-31" parent="yoq-58h0Y_-9HeJvy3x6-27" style="shape=tableRow;horizontal=0;startSize=0;swimlaneHead=0;swimlaneBody=0;fillColor=none;collapsible=0;dropTarget=0;points=[[0,0.5],[1,0.5]];portConstraint=eastwest;top=0;left=0;right=0;bottom=0;" value="" vertex="1">
          <mxGeometry height="30" width="180" y="60" as="geometry" />
        </mxCell>
        <mxCell id="yoq-58h0Y_-9HeJvy3x6-32" parent="yoq-58h0Y_-9HeJvy3x6-31" style="shape=partialRectangle;connectable=0;fillColor=none;top=0;left=0;bottom=0;right=0;editable=1;overflow=hidden;whiteSpace=wrap;html=1;" value="" vertex="1">
          <mxGeometry height="30" width="30" as="geometry">
            <mxRectangle height="30" width="30" as="alternateBounds" />
          </mxGeometry>
        </mxCell>
        <mxCell id="yoq-58h0Y_-9HeJvy3x6-33" parent="yoq-58h0Y_-9HeJvy3x6-31" style="shape=partialRectangle;connectable=0;fillColor=none;top=0;left=0;bottom=0;right=0;align=left;spacingLeft=6;overflow=hidden;whiteSpace=wrap;html=1;" value="nombre varhcar(100)" vertex="1">
          <mxGeometry height="30" width="150" x="30" as="geometry">
            <mxRectangle height="30" width="150" as="alternateBounds" />
          </mxGeometry>
        </mxCell>
        <mxCell id="yoq-58h0Y_-9HeJvy3x6-34" parent="yoq-58h0Y_-9HeJvy3x6-27" style="shape=tableRow;horizontal=0;startSize=0;swimlaneHead=0;swimlaneBody=0;fillColor=none;collapsible=0;dropTarget=0;points=[[0,0.5],[1,0.5]];portConstraint=eastwest;top=0;left=0;right=0;bottom=0;" value="" vertex="1">
          <mxGeometry height="30" width="180" y="90" as="geometry" />
        </mxCell>
        <mxCell id="yoq-58h0Y_-9HeJvy3x6-35" parent="yoq-58h0Y_-9HeJvy3x6-34" style="shape=partialRectangle;connectable=0;fillColor=none;top=0;left=0;bottom=0;right=0;editable=1;overflow=hidden;whiteSpace=wrap;html=1;" value="" vertex="1">
          <mxGeometry height="30" width="30" as="geometry">
            <mxRectangle height="30" width="30" as="alternateBounds" />
          </mxGeometry>
        </mxCell>
        <mxCell id="yoq-58h0Y_-9HeJvy3x6-36" parent="yoq-58h0Y_-9HeJvy3x6-34" style="shape=partialRectangle;connectable=0;fillColor=none;top=0;left=0;bottom=0;right=0;align=left;spacingLeft=6;overflow=hidden;whiteSpace=wrap;html=1;" value="ramo varchar(100)" vertex="1">
          <mxGeometry height="30" width="150" x="30" as="geometry">
            <mxRectangle height="30" width="150" as="alternateBounds" />
          </mxGeometry>
        </mxCell>
        <mxCell id="yoq-58h0Y_-9HeJvy3x6-37" parent="yoq-58h0Y_-9HeJvy3x6-27" style="shape=tableRow;horizontal=0;startSize=0;swimlaneHead=0;swimlaneBody=0;fillColor=none;collapsible=0;dropTarget=0;points=[[0,0.5],[1,0.5]];portConstraint=eastwest;top=0;left=0;right=0;bottom=0;" value="" vertex="1">
          <mxGeometry height="30" width="180" y="120" as="geometry" />
        </mxCell>
        <mxCell id="yoq-58h0Y_-9HeJvy3x6-38" parent="yoq-58h0Y_-9HeJvy3x6-37" style="shape=partialRectangle;connectable=0;fillColor=none;top=0;left=0;bottom=0;right=0;editable=1;overflow=hidden;whiteSpace=wrap;html=1;" value="" vertex="1">
          <mxGeometry height="30" width="30" as="geometry">
            <mxRectangle height="30" width="30" as="alternateBounds" />
          </mxGeometry>
        </mxCell>
        <mxCell id="yoq-58h0Y_-9HeJvy3x6-39" parent="yoq-58h0Y_-9HeJvy3x6-37" style="shape=partialRectangle;connectable=0;fillColor=none;top=0;left=0;bottom=0;right=0;align=left;spacingLeft=6;overflow=hidden;whiteSpace=wrap;html=1;" value="Row 3" vertex="1">
          <mxGeometry height="30" width="150" x="30" as="geometry">
            <mxRectangle height="30" width="150" as="alternateBounds" />
          </mxGeometry>
        </mxCell>
        <mxCell id="yoq-58h0Y_-9HeJvy3x6-40" parent="1" style="shape=table;startSize=30;container=1;collapsible=1;childLayout=tableLayout;fixedRows=1;rowLines=0;fontStyle=1;align=center;resizeLast=1;html=1;" value="geografia" vertex="1">
          <mxGeometry height="210" width="200" x="-200" y="190" as="geometry" />
        </mxCell>
        <mxCell id="yoq-58h0Y_-9HeJvy3x6-41" parent="yoq-58h0Y_-9HeJvy3x6-40" style="shape=tableRow;horizontal=0;startSize=0;swimlaneHead=0;swimlaneBody=0;fillColor=none;collapsible=0;dropTarget=0;points=[[0,0.5],[1,0.5]];portConstraint=eastwest;top=0;left=0;right=0;bottom=1;" value="" vertex="1">
          <mxGeometry height="30" width="200" y="30" as="geometry" />
        </mxCell>
        <mxCell id="yoq-58h0Y_-9HeJvy3x6-42" parent="yoq-58h0Y_-9HeJvy3x6-41" style="shape=partialRectangle;connectable=0;fillColor=none;top=0;left=0;bottom=0;right=0;fontStyle=1;overflow=hidden;whiteSpace=wrap;html=1;" value="PK" vertex="1">
          <mxGeometry height="30" width="30" as="geometry">
            <mxRectangle height="30" width="30" as="alternateBounds" />
          </mxGeometry>
        </mxCell>
        <mxCell id="yoq-58h0Y_-9HeJvy3x6-43" parent="yoq-58h0Y_-9HeJvy3x6-41" style="shape=partialRectangle;connectable=0;fillColor=none;top=0;left=0;bottom=0;right=0;align=left;spacingLeft=6;fontStyle=5;overflow=hidden;whiteSpace=wrap;html=1;" value="id_geografia int" vertex="1">
          <mxGeometry height="30" width="170" x="30" as="geometry">
            <mxRectangle height="30" width="170" as="alternateBounds" />
          </mxGeometry>
        </mxCell>
        <mxCell id="yoq-58h0Y_-9HeJvy3x6-44" parent="yoq-58h0Y_-9HeJvy3x6-40" style="shape=tableRow;horizontal=0;startSize=0;swimlaneHead=0;swimlaneBody=0;fillColor=none;collapsible=0;dropTarget=0;points=[[0,0.5],[1,0.5]];portConstraint=eastwest;top=0;left=0;right=0;bottom=0;" value="" vertex="1">
          <mxGeometry height="30" width="200" y="60" as="geometry" />
        </mxCell>
        <mxCell id="yoq-58h0Y_-9HeJvy3x6-45" parent="yoq-58h0Y_-9HeJvy3x6-44" style="shape=partialRectangle;connectable=0;fillColor=none;top=0;left=0;bottom=0;right=0;editable=1;overflow=hidden;whiteSpace=wrap;html=1;" value="" vertex="1">
          <mxGeometry height="30" width="30" as="geometry">
            <mxRectangle height="30" width="30" as="alternateBounds" />
          </mxGeometry>
        </mxCell>
        <mxCell id="yoq-58h0Y_-9HeJvy3x6-46" parent="yoq-58h0Y_-9HeJvy3x6-44" style="shape=partialRectangle;connectable=0;fillColor=none;top=0;left=0;bottom=0;right=0;align=left;spacingLeft=6;overflow=hidden;whiteSpace=wrap;html=1;" value="direccion varchar(100)" vertex="1">
          <mxGeometry height="30" width="170" x="30" as="geometry">
            <mxRectangle height="30" width="170" as="alternateBounds" />
          </mxGeometry>
        </mxCell>
        <mxCell id="yoq-58h0Y_-9HeJvy3x6-134" parent="yoq-58h0Y_-9HeJvy3x6-40" style="shape=tableRow;horizontal=0;startSize=0;swimlaneHead=0;swimlaneBody=0;fillColor=none;collapsible=0;dropTarget=0;points=[[0,0.5],[1,0.5]];portConstraint=eastwest;top=0;left=0;right=0;bottom=0;" value="" vertex="1">
          <mxGeometry height="30" width="200" y="90" as="geometry" />
        </mxCell>
        <mxCell id="yoq-58h0Y_-9HeJvy3x6-135" parent="yoq-58h0Y_-9HeJvy3x6-134" style="shape=partialRectangle;connectable=0;fillColor=none;top=0;left=0;bottom=0;right=0;editable=1;overflow=hidden;whiteSpace=wrap;html=1;" value="" vertex="1">
          <mxGeometry height="30" width="30" as="geometry">
            <mxRectangle height="30" width="30" as="alternateBounds" />
          </mxGeometry>
        </mxCell>
        <mxCell id="yoq-58h0Y_-9HeJvy3x6-136" parent="yoq-58h0Y_-9HeJvy3x6-134" style="shape=partialRectangle;connectable=0;fillColor=none;top=0;left=0;bottom=0;right=0;align=left;spacingLeft=6;overflow=hidden;whiteSpace=wrap;html=1;" value="codigo_postal varchar(100)" vertex="1">
          <mxGeometry height="30" width="170" x="30" as="geometry">
            <mxRectangle height="30" width="170" as="alternateBounds" />
          </mxGeometry>
        </mxCell>
        <mxCell id="yoq-58h0Y_-9HeJvy3x6-47" parent="yoq-58h0Y_-9HeJvy3x6-40" style="shape=tableRow;horizontal=0;startSize=0;swimlaneHead=0;swimlaneBody=0;fillColor=none;collapsible=0;dropTarget=0;points=[[0,0.5],[1,0.5]];portConstraint=eastwest;top=0;left=0;right=0;bottom=0;" value="" vertex="1">
          <mxGeometry height="30" width="200" y="120" as="geometry" />
        </mxCell>
        <mxCell id="yoq-58h0Y_-9HeJvy3x6-48" parent="yoq-58h0Y_-9HeJvy3x6-47" style="shape=partialRectangle;connectable=0;fillColor=none;top=0;left=0;bottom=0;right=0;editable=1;overflow=hidden;whiteSpace=wrap;html=1;" value="" vertex="1">
          <mxGeometry height="30" width="30" as="geometry">
            <mxRectangle height="30" width="30" as="alternateBounds" />
          </mxGeometry>
        </mxCell>
        <mxCell id="yoq-58h0Y_-9HeJvy3x6-49" parent="yoq-58h0Y_-9HeJvy3x6-47" style="shape=partialRectangle;connectable=0;fillColor=none;top=0;left=0;bottom=0;right=0;align=left;spacingLeft=6;overflow=hidden;whiteSpace=wrap;html=1;" value="ciudad varchar(100)" vertex="1">
          <mxGeometry height="30" width="170" x="30" as="geometry">
            <mxRectangle height="30" width="170" as="alternateBounds" />
          </mxGeometry>
        </mxCell>
        <mxCell id="yoq-58h0Y_-9HeJvy3x6-50" parent="yoq-58h0Y_-9HeJvy3x6-40" style="shape=tableRow;horizontal=0;startSize=0;swimlaneHead=0;swimlaneBody=0;fillColor=none;collapsible=0;dropTarget=0;points=[[0,0.5],[1,0.5]];portConstraint=eastwest;top=0;left=0;right=0;bottom=0;" value="" vertex="1">
          <mxGeometry height="30" width="200" y="150" as="geometry" />
        </mxCell>
        <mxCell id="yoq-58h0Y_-9HeJvy3x6-51" parent="yoq-58h0Y_-9HeJvy3x6-50" style="shape=partialRectangle;connectable=0;fillColor=none;top=0;left=0;bottom=0;right=0;editable=1;overflow=hidden;whiteSpace=wrap;html=1;" value="" vertex="1">
          <mxGeometry height="30" width="30" as="geometry">
            <mxRectangle height="30" width="30" as="alternateBounds" />
          </mxGeometry>
        </mxCell>
        <mxCell id="yoq-58h0Y_-9HeJvy3x6-52" parent="yoq-58h0Y_-9HeJvy3x6-50" style="shape=partialRectangle;connectable=0;fillColor=none;top=0;left=0;bottom=0;right=0;align=left;spacingLeft=6;overflow=hidden;whiteSpace=wrap;html=1;" value="provincia varchar(100)" vertex="1">
          <mxGeometry height="30" width="170" x="30" as="geometry">
            <mxRectangle height="30" width="170" as="alternateBounds" />
          </mxGeometry>
        </mxCell>
        <mxCell id="yoq-58h0Y_-9HeJvy3x6-108" parent="yoq-58h0Y_-9HeJvy3x6-40" style="shape=tableRow;horizontal=0;startSize=0;swimlaneHead=0;swimlaneBody=0;fillColor=none;collapsible=0;dropTarget=0;points=[[0,0.5],[1,0.5]];portConstraint=eastwest;top=0;left=0;right=0;bottom=0;" value="" vertex="1">
          <mxGeometry height="30" width="200" y="180" as="geometry" />
        </mxCell>
        <mxCell id="yoq-58h0Y_-9HeJvy3x6-109" parent="yoq-58h0Y_-9HeJvy3x6-108" style="shape=partialRectangle;connectable=0;fillColor=none;top=0;left=0;bottom=0;right=0;editable=1;overflow=hidden;whiteSpace=wrap;html=1;" value="" vertex="1">
          <mxGeometry height="30" width="30" as="geometry">
            <mxRectangle height="30" width="30" as="alternateBounds" />
          </mxGeometry>
        </mxCell>
        <mxCell id="yoq-58h0Y_-9HeJvy3x6-110" parent="yoq-58h0Y_-9HeJvy3x6-108" style="shape=partialRectangle;connectable=0;fillColor=none;top=0;left=0;bottom=0;right=0;align=left;spacingLeft=6;overflow=hidden;whiteSpace=wrap;html=1;" value="pais varchar(100)" vertex="1">
          <mxGeometry height="30" width="170" x="30" as="geometry">
            <mxRectangle height="30" width="170" as="alternateBounds" />
          </mxGeometry>
        </mxCell>
        <mxCell id="yoq-58h0Y_-9HeJvy3x6-53" parent="1" style="shape=table;startSize=30;container=1;collapsible=1;childLayout=tableLayout;fixedRows=1;rowLines=0;fontStyle=1;align=center;resizeLast=1;html=1;" value="d_cliente" vertex="1">
-           <mxGeometry height="150" width="180" x="40" y="490" as="geometry" />
+           <mxGeometry height="180" width="180" x="-20" y="430" as="geometry" />
        </mxCell>
        <mxCell id="yoq-58h0Y_-9HeJvy3x6-54" parent="yoq-58h0Y_-9HeJvy3x6-53" style="shape=tableRow;horizontal=0;startSize=0;swimlaneHead=0;swimlaneBody=0;fillColor=none;collapsible=0;dropTarget=0;points=[[0,0.5],[1,0.5]];portConstraint=eastwest;top=0;left=0;right=0;bottom=1;" value="" vertex="1">
          <mxGeometry height="30" width="180" y="30" as="geometry" />
        </mxCell>
        <mxCell id="yoq-58h0Y_-9HeJvy3x6-55" parent="yoq-58h0Y_-9HeJvy3x6-54" style="shape=partialRectangle;connectable=0;fillColor=none;top=0;left=0;bottom=0;right=0;fontStyle=1;overflow=hidden;whiteSpace=wrap;html=1;" value="PK" vertex="1">
          <mxGeometry height="30" width="30" as="geometry">
            <mxRectangle height="30" width="30" as="alternateBounds" />
          </mxGeometry>
        </mxCell>
        <mxCell id="yoq-58h0Y_-9HeJvy3x6-56" parent="yoq-58h0Y_-9HeJvy3x6-54" style="shape=partialRectangle;connectable=0;fillColor=none;top=0;left=0;bottom=0;right=0;align=left;spacingLeft=6;fontStyle=5;overflow=hidden;whiteSpace=wrap;html=1;" value="id_cliente int" vertex="1">
          <mxGeometry height="30" width="150" x="30" as="geometry">
            <mxRectangle height="30" width="150" as="alternateBounds" />
          </mxGeometry>
        </mxCell>
        <mxCell id="yoq-58h0Y_-9HeJvy3x6-57" parent="yoq-58h0Y_-9HeJvy3x6-53" style="shape=tableRow;horizontal=0;startSize=0;swimlaneHead=0;swimlaneBody=0;fillColor=none;collapsible=0;dropTarget=0;points=[[0,0.5],[1,0.5]];portConstraint=eastwest;top=0;left=0;right=0;bottom=0;" value="" vertex="1">
          <mxGeometry height="30" width="180" y="60" as="geometry" />
        </mxCell>
        <mxCell id="yoq-58h0Y_-9HeJvy3x6-58" parent="yoq-58h0Y_-9HeJvy3x6-57" style="shape=partialRectangle;connectable=0;fillColor=none;top=0;left=0;bottom=0;right=0;editable=1;overflow=hidden;whiteSpace=wrap;html=1;" value="" vertex="1">
          <mxGeometry height="30" width="30" as="geometry">
            <mxRectangle height="30" width="30" as="alternateBounds" />
          </mxGeometry>
        </mxCell>
-         <mxCell id="yoq-58h0Y_-9HeJvy3x6-59" parent="yoq-58h0Y_-9HeJvy3x6-57" style="shape=partialRectangle;connectable=0;fillColor=none;top=0;left=0;bottom=0;right=0;align=left;spacingLeft=6;overflow=hidden;whiteSpace=wrap;html=1;" value="Row 1" vertex="1">
+         <mxCell id="yoq-58h0Y_-9HeJvy3x6-59" parent="yoq-58h0Y_-9HeJvy3x6-57" style="shape=partialRectangle;connectable=0;fillColor=none;top=0;left=0;bottom=0;right=0;align=left;spacingLeft=6;overflow=hidden;whiteSpace=wrap;html=1;" value="nombre varchar(100)" vertex="1">
          <mxGeometry height="30" width="150" x="30" as="geometry">
            <mxRectangle height="30" width="150" as="alternateBounds" />
          </mxGeometry>
        </mxCell>
        <mxCell id="yoq-58h0Y_-9HeJvy3x6-60" parent="yoq-58h0Y_-9HeJvy3x6-53" style="shape=tableRow;horizontal=0;startSize=0;swimlaneHead=0;swimlaneBody=0;fillColor=none;collapsible=0;dropTarget=0;points=[[0,0.5],[1,0.5]];portConstraint=eastwest;top=0;left=0;right=0;bottom=0;" value="" vertex="1">
          <mxGeometry height="30" width="180" y="90" as="geometry" />
        </mxCell>
        <mxCell id="yoq-58h0Y_-9HeJvy3x6-61" parent="yoq-58h0Y_-9HeJvy3x6-60" style="shape=partialRectangle;connectable=0;fillColor=none;top=0;left=0;bottom=0;right=0;editable=1;overflow=hidden;whiteSpace=wrap;html=1;" value="" vertex="1">
          <mxGeometry height="30" width="30" as="geometry">
            <mxRectangle height="30" width="30" as="alternateBounds" />
          </mxGeometry>
        </mxCell>
-         <mxCell id="yoq-58h0Y_-9HeJvy3x6-62" parent="yoq-58h0Y_-9HeJvy3x6-60" style="shape=partialRectangle;connectable=0;fillColor=none;top=0;left=0;bottom=0;right=0;align=left;spacingLeft=6;overflow=hidden;whiteSpace=wrap;html=1;" value="Row 2" vertex="1">
+         <mxCell id="yoq-58h0Y_-9HeJvy3x6-62" parent="yoq-58h0Y_-9HeJvy3x6-60" style="shape=partialRectangle;connectable=0;fillColor=none;top=0;left=0;bottom=0;right=0;align=left;spacingLeft=6;overflow=hidden;whiteSpace=wrap;html=1;" value="apellido varchar(100)" vertex="1">
          <mxGeometry height="30" width="150" x="30" as="geometry">
            <mxRectangle height="30" width="150" as="alternateBounds" />
          </mxGeometry>
        </mxCell>
        <mxCell id="yoq-58h0Y_-9HeJvy3x6-63" parent="yoq-58h0Y_-9HeJvy3x6-53" style="shape=tableRow;horizontal=0;startSize=0;swimlaneHead=0;swimlaneBody=0;fillColor=none;collapsible=0;dropTarget=0;points=[[0,0.5],[1,0.5]];portConstraint=eastwest;top=0;left=0;right=0;bottom=0;" value="" vertex="1">
          <mxGeometry height="30" width="180" y="120" as="geometry" />
        </mxCell>
        <mxCell id="yoq-58h0Y_-9HeJvy3x6-64" parent="yoq-58h0Y_-9HeJvy3x6-63" style="shape=partialRectangle;connectable=0;fillColor=none;top=0;left=0;bottom=0;right=0;editable=1;overflow=hidden;whiteSpace=wrap;html=1;" value="" vertex="1">
          <mxGeometry height="30" width="30" as="geometry">
            <mxRectangle height="30" width="30" as="alternateBounds" />
          </mxGeometry>
        </mxCell>
-         <mxCell id="yoq-58h0Y_-9HeJvy3x6-65" parent="yoq-58h0Y_-9HeJvy3x6-63" style="shape=partialRectangle;connectable=0;fillColor=none;top=0;left=0;bottom=0;right=0;align=left;spacingLeft=6;overflow=hidden;whiteSpace=wrap;html=1;" value="Row 3" vertex="1">
+         <mxCell id="yoq-58h0Y_-9HeJvy3x6-65" parent="yoq-58h0Y_-9HeJvy3x6-63" style="shape=partialRectangle;connectable=0;fillColor=none;top=0;left=0;bottom=0;right=0;align=left;spacingLeft=6;overflow=hidden;whiteSpace=wrap;html=1;" value="edad tinyint" vertex="1">
+           <mxGeometry height="30" width="150" x="30" as="geometry">
+             <mxRectangle height="30" width="150" as="alternateBounds" />
+           </mxGeometry>
+         </mxCell>
+         <mxCell id="yoq-58h0Y_-9HeJvy3x6-137" parent="yoq-58h0Y_-9HeJvy3x6-53" style="shape=tableRow;horizontal=0;startSize=0;swimlaneHead=0;swimlaneBody=0;fillColor=none;collapsible=0;dropTarget=0;points=[[0,0.5],[1,0.5]];portConstraint=eastwest;top=0;left=0;right=0;bottom=0;" value="" vertex="1">
+           <mxGeometry height="30" width="180" y="150" as="geometry" />
+         </mxCell>
+         <mxCell id="yoq-58h0Y_-9HeJvy3x6-138" parent="yoq-58h0Y_-9HeJvy3x6-137" style="shape=partialRectangle;connectable=0;fillColor=none;top=0;left=0;bottom=0;right=0;editable=1;overflow=hidden;whiteSpace=wrap;html=1;" value="" vertex="1">
+           <mxGeometry height="30" width="30" as="geometry">
+             <mxRectangle height="30" width="30" as="alternateBounds" />
+           </mxGeometry>
+         </mxCell>
+         <mxCell id="yoq-58h0Y_-9HeJvy3x6-139" parent="yoq-58h0Y_-9HeJvy3x6-137" style="shape=partialRectangle;connectable=0;fillColor=none;top=0;left=0;bottom=0;right=0;align=left;spacingLeft=6;overflow=hidden;whiteSpace=wrap;html=1;" value="id_geografia int" vertex="1">
          <mxGeometry height="30" width="150" x="30" as="geometry">
            <mxRectangle height="30" width="150" as="alternateBounds" />
          </mxGeometry>
        </mxCell>
        <mxCell id="yoq-58h0Y_-9HeJvy3x6-66" parent="1" style="shape=table;startSize=30;container=1;collapsible=1;childLayout=tableLayout;fixedRows=1;rowLines=0;fontStyle=1;align=center;resizeLast=1;html=1;" value="d_poliza" vertex="1">
-           <mxGeometry height="150" width="180" x="380" y="490" as="geometry" />
+           <mxGeometry height="180" width="180" x="260" y="495" as="geometry" />
        </mxCell>
        <mxCell id="yoq-58h0Y_-9HeJvy3x6-67" parent="yoq-58h0Y_-9HeJvy3x6-66" style="shape=tableRow;horizontal=0;startSize=0;swimlaneHead=0;swimlaneBody=0;fillColor=none;collapsible=0;dropTarget=0;points=[[0,0.5],[1,0.5]];portConstraint=eastwest;top=0;left=0;right=0;bottom=1;" value="" vertex="1">
          <mxGeometry height="30" width="180" y="30" as="geometry" />
        </mxCell>
        <mxCell id="yoq-58h0Y_-9HeJvy3x6-68" parent="yoq-58h0Y_-9HeJvy3x6-67" style="shape=partialRectangle;connectable=0;fillColor=none;top=0;left=0;bottom=0;right=0;fontStyle=1;overflow=hidden;whiteSpace=wrap;html=1;" value="PK" vertex="1">
          <mxGeometry height="30" width="30" as="geometry">
            <mxRectangle height="30" width="30" as="alternateBounds" />
          </mxGeometry>
        </mxCell>
        <mxCell id="yoq-58h0Y_-9HeJvy3x6-69" parent="yoq-58h0Y_-9HeJvy3x6-67" style="shape=partialRectangle;connectable=0;fillColor=none;top=0;left=0;bottom=0;right=0;align=left;spacingLeft=6;fontStyle=5;overflow=hidden;whiteSpace=wrap;html=1;" value="id_poliza int" vertex="1">
          <mxGeometry height="30" width="150" x="30" as="geometry">
            <mxRectangle height="30" width="150" as="alternateBounds" />
          </mxGeometry>
        </mxCell>
        <mxCell id="yoq-58h0Y_-9HeJvy3x6-70" parent="yoq-58h0Y_-9HeJvy3x6-66" style="shape=tableRow;horizontal=0;startSize=0;swimlaneHead=0;swimlaneBody=0;fillColor=none;collapsible=0;dropTarget=0;points=[[0,0.5],[1,0.5]];portConstraint=eastwest;top=0;left=0;right=0;bottom=0;" value="" vertex="1">
          <mxGeometry height="30" width="180" y="60" as="geometry" />
        </mxCell>
        <mxCell id="yoq-58h0Y_-9HeJvy3x6-71" parent="yoq-58h0Y_-9HeJvy3x6-70" style="shape=partialRectangle;connectable=0;fillColor=none;top=0;left=0;bottom=0;right=0;editable=1;overflow=hidden;whiteSpace=wrap;html=1;" value="" vertex="1">
          <mxGeometry height="30" width="30" as="geometry">
            <mxRectangle height="30" width="30" as="alternateBounds" />
          </mxGeometry>
        </mxCell>
-         <mxCell id="yoq-58h0Y_-9HeJvy3x6-72" parent="yoq-58h0Y_-9HeJvy3x6-70" style="shape=partialRectangle;connectable=0;fillColor=none;top=0;left=0;bottom=0;right=0;align=left;spacingLeft=6;overflow=hidden;whiteSpace=wrap;html=1;" value="Row 1" vertex="1">
+         <mxCell id="yoq-58h0Y_-9HeJvy3x6-72" parent="yoq-58h0Y_-9HeJvy3x6-70" style="shape=partialRectangle;connectable=0;fillColor=none;top=0;left=0;bottom=0;right=0;align=left;spacingLeft=6;overflow=hidden;whiteSpace=wrap;html=1;" value="tipo_poliza varchar(100)" vertex="1">
          <mxGeometry height="30" width="150" x="30" as="geometry">
            <mxRectangle height="30" width="150" as="alternateBounds" />
          </mxGeometry>
        </mxCell>
        <mxCell id="yoq-58h0Y_-9HeJvy3x6-73" parent="yoq-58h0Y_-9HeJvy3x6-66" style="shape=tableRow;horizontal=0;startSize=0;swimlaneHead=0;swimlaneBody=0;fillColor=none;collapsible=0;dropTarget=0;points=[[0,0.5],[1,0.5]];portConstraint=eastwest;top=0;left=0;right=0;bottom=0;" value="" vertex="1">
          <mxGeometry height="30" width="180" y="90" as="geometry" />
        </mxCell>
        <mxCell id="yoq-58h0Y_-9HeJvy3x6-74" parent="yoq-58h0Y_-9HeJvy3x6-73" style="shape=partialRectangle;connectable=0;fillColor=none;top=0;left=0;bottom=0;right=0;editable=1;overflow=hidden;whiteSpace=wrap;html=1;" value="" vertex="1">
          <mxGeometry height="30" width="30" as="geometry">
            <mxRectangle height="30" width="30" as="alternateBounds" />
          </mxGeometry>
        </mxCell>
-         <mxCell id="yoq-58h0Y_-9HeJvy3x6-75" parent="yoq-58h0Y_-9HeJvy3x6-73" style="shape=partialRectangle;connectable=0;fillColor=none;top=0;left=0;bottom=0;right=0;align=left;spacingLeft=6;overflow=hidden;whiteSpace=wrap;html=1;" value="Row 2" vertex="1">
+         <mxCell id="yoq-58h0Y_-9HeJvy3x6-75" parent="yoq-58h0Y_-9HeJvy3x6-73" style="shape=partialRectangle;connectable=0;fillColor=none;top=0;left=0;bottom=0;right=0;align=left;spacingLeft=6;overflow=hidden;whiteSpace=wrap;html=1;" value="cobertura varchar(100)" vertex="1">
          <mxGeometry height="30" width="150" x="30" as="geometry">
            <mxRectangle height="30" width="150" as="alternateBounds" />
          </mxGeometry>
        </mxCell>
        <mxCell id="yoq-58h0Y_-9HeJvy3x6-76" parent="yoq-58h0Y_-9HeJvy3x6-66" style="shape=tableRow;horizontal=0;startSize=0;swimlaneHead=0;swimlaneBody=0;fillColor=none;collapsible=0;dropTarget=0;points=[[0,0.5],[1,0.5]];portConstraint=eastwest;top=0;left=0;right=0;bottom=0;" value="" vertex="1">
          <mxGeometry height="30" width="180" y="120" as="geometry" />
        </mxCell>
        <mxCell id="yoq-58h0Y_-9HeJvy3x6-77" parent="yoq-58h0Y_-9HeJvy3x6-76" style="shape=partialRectangle;connectable=0;fillColor=none;top=0;left=0;bottom=0;right=0;editable=1;overflow=hidden;whiteSpace=wrap;html=1;" value="" vertex="1">
          <mxGeometry height="30" width="30" as="geometry">
            <mxRectangle height="30" width="30" as="alternateBounds" />
          </mxGeometry>
        </mxCell>
-         <mxCell id="yoq-58h0Y_-9HeJvy3x6-78" parent="yoq-58h0Y_-9HeJvy3x6-76" style="shape=partialRectangle;connectable=0;fillColor=none;top=0;left=0;bottom=0;right=0;align=left;spacingLeft=6;overflow=hidden;whiteSpace=wrap;html=1;" value="Row 3" vertex="1">
+         <mxCell id="yoq-58h0Y_-9HeJvy3x6-78" parent="yoq-58h0Y_-9HeJvy3x6-76" style="shape=partialRectangle;connectable=0;fillColor=none;top=0;left=0;bottom=0;right=0;align=left;spacingLeft=6;overflow=hidden;whiteSpace=wrap;html=1;" value="limites varchar(100)" vertex="1">
+           <mxGeometry height="30" width="150" x="30" as="geometry">
+             <mxRectangle height="30" width="150" as="alternateBounds" />
+           </mxGeometry>
+         </mxCell>
+         <mxCell id="yoq-58h0Y_-9HeJvy3x6-145" parent="yoq-58h0Y_-9HeJvy3x6-66" style="shape=tableRow;horizontal=0;startSize=0;swimlaneHead=0;swimlaneBody=0;fillColor=none;collapsible=0;dropTarget=0;points=[[0,0.5],[1,0.5]];portConstraint=eastwest;top=0;left=0;right=0;bottom=0;" value="" vertex="1">
+           <mxGeometry height="30" width="180" y="150" as="geometry" />
+         </mxCell>
+         <mxCell id="yoq-58h0Y_-9HeJvy3x6-146" parent="yoq-58h0Y_-9HeJvy3x6-145" style="shape=partialRectangle;connectable=0;fillColor=none;top=0;left=0;bottom=0;right=0;editable=1;overflow=hidden;whiteSpace=wrap;html=1;" value="" vertex="1">
+           <mxGeometry height="30" width="30" as="geometry">
+             <mxRectangle height="30" width="30" as="alternateBounds" />
+           </mxGeometry>
+         </mxCell>
+         <mxCell id="yoq-58h0Y_-9HeJvy3x6-147" parent="yoq-58h0Y_-9HeJvy3x6-145" style="shape=partialRectangle;connectable=0;fillColor=none;top=0;left=0;bottom=0;right=0;align=left;spacingLeft=6;overflow=hidden;whiteSpace=wrap;html=1;" value="id_geografia" vertex="1">
          <mxGeometry height="30" width="150" x="30" as="geometry">
            <mxRectangle height="30" width="150" as="alternateBounds" />
          </mxGeometry>
        </mxCell>
        <mxCell id="yoq-58h0Y_-9HeJvy3x6-85" edge="1" parent="1" source="yoq-58h0Y_-9HeJvy3x6-79" style="edgeStyle=orthogonalEdgeStyle;rounded=0;orthogonalLoop=1;jettySize=auto;html=1;exitX=1;exitY=0.5;exitDx=0;exitDy=0;entryX=0;entryY=0.5;entryDx=0;entryDy=0;" target="yoq-58h0Y_-9HeJvy3x6-15">
          <mxGeometry relative="1" as="geometry" />
        </mxCell>
        <mxCell id="yoq-58h0Y_-9HeJvy3x6-86" edge="1" parent="1" source="yoq-58h0Y_-9HeJvy3x6-82" style="edgeStyle=orthogonalEdgeStyle;rounded=0;orthogonalLoop=1;jettySize=auto;html=1;exitX=1;exitY=0.5;exitDx=0;exitDy=0;entryX=0;entryY=0.5;entryDx=0;entryDy=0;" target="yoq-58h0Y_-9HeJvy3x6-15">
          <mxGeometry relative="1" as="geometry" />
        </mxCell>
        <mxCell id="yoq-58h0Y_-9HeJvy3x6-114" edge="1" parent="1" source="yoq-58h0Y_-9HeJvy3x6-111" style="edgeStyle=orthogonalEdgeStyle;rounded=0;orthogonalLoop=1;jettySize=auto;html=1;exitX=0;exitY=0.5;exitDx=0;exitDy=0;entryX=1;entryY=0.5;entryDx=0;entryDy=0;" target="yoq-58h0Y_-9HeJvy3x6-41">
          <mxGeometry relative="1" as="geometry" />
        </mxCell>
        <mxCell id="yoq-58h0Y_-9HeJvy3x6-118" edge="1" parent="1" source="yoq-58h0Y_-9HeJvy3x6-115" style="edgeStyle=orthogonalEdgeStyle;rounded=0;orthogonalLoop=1;jettySize=auto;html=1;exitX=1;exitY=0.5;exitDx=0;exitDy=0;" target="yoq-58h0Y_-9HeJvy3x6-28">
+           <mxGeometry relative="1" as="geometry" />
+         </mxCell>
+         <mxCell id="yoq-58h0Y_-9HeJvy3x6-140" edge="1" parent="1" source="yoq-58h0Y_-9HeJvy3x6-137" style="edgeStyle=orthogonalEdgeStyle;rounded=0;orthogonalLoop=1;jettySize=auto;html=1;exitX=0;exitY=0.5;exitDx=0;exitDy=0;entryX=0;entryY=0.5;entryDx=0;entryDy=0;" target="yoq-58h0Y_-9HeJvy3x6-41">
+           <mxGeometry relative="1" as="geometry" />
+         </mxCell>
+         <mxCell id="yoq-58h0Y_-9HeJvy3x6-144" edge="1" parent="1" source="yoq-58h0Y_-9HeJvy3x6-141" style="edgeStyle=orthogonalEdgeStyle;rounded=0;orthogonalLoop=1;jettySize=auto;html=1;exitX=1;exitY=0.5;exitDx=0;exitDy=0;entryX=1;entryY=0.5;entryDx=0;entryDy=0;" target="yoq-58h0Y_-9HeJvy3x6-67">
          <mxGeometry relative="1" as="geometry" />
        </mxCell>
      </root>
    </mxGraphModel>
  </diagram>
</mxfile>
